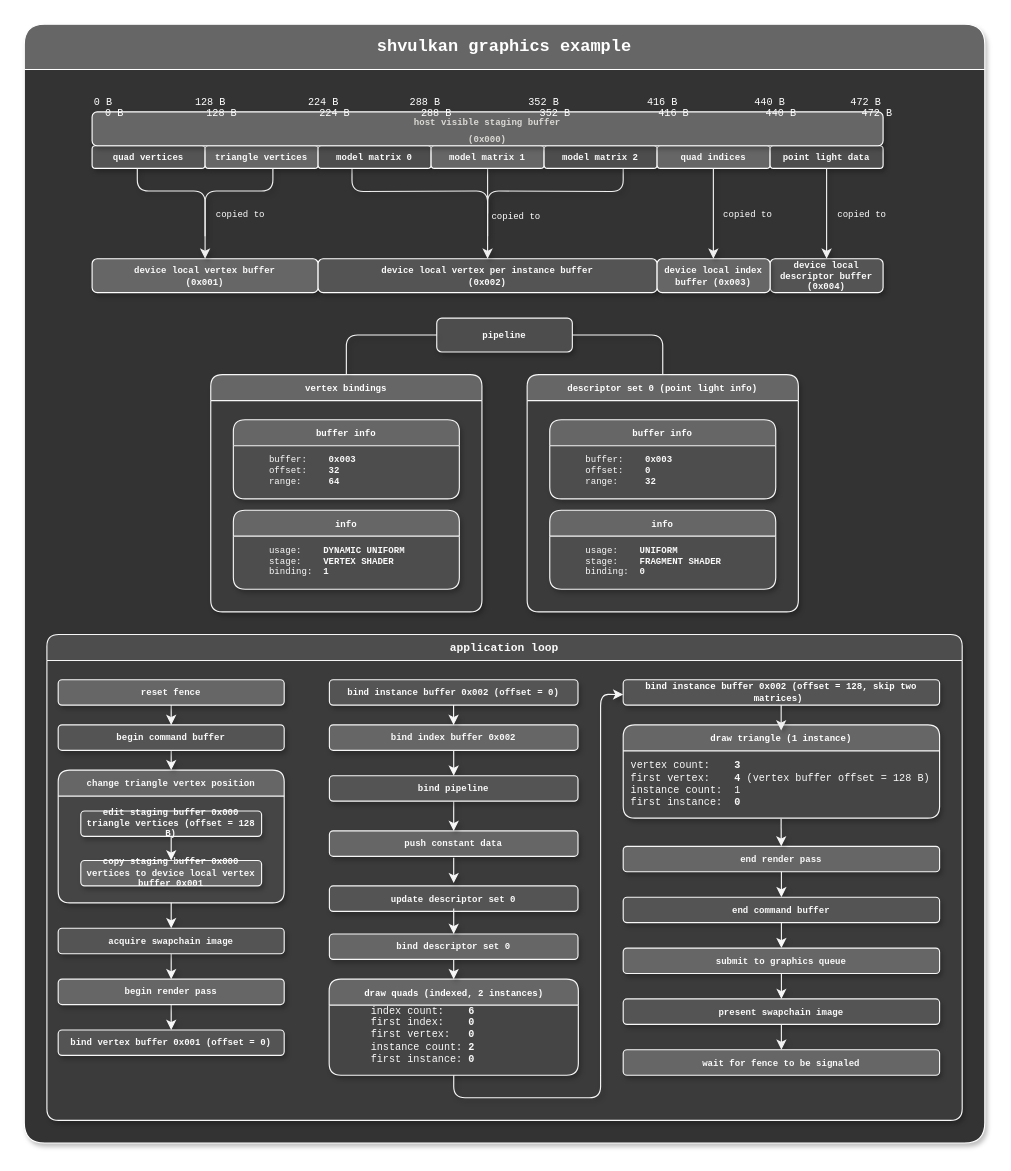
This is examples/diagrams/shvulkan graphics.drawio from MrSinho/shvulkan, a draw.io file, before an edit. Source tidied: cells renumbered, new cells numbered last; positions are measured from the earlier drawing's top-left corner, leaving out a move shared by most shapes. Both pictures are drawn from the tidied source at 113%, with x=0, y=0 at pixel (24, 24).
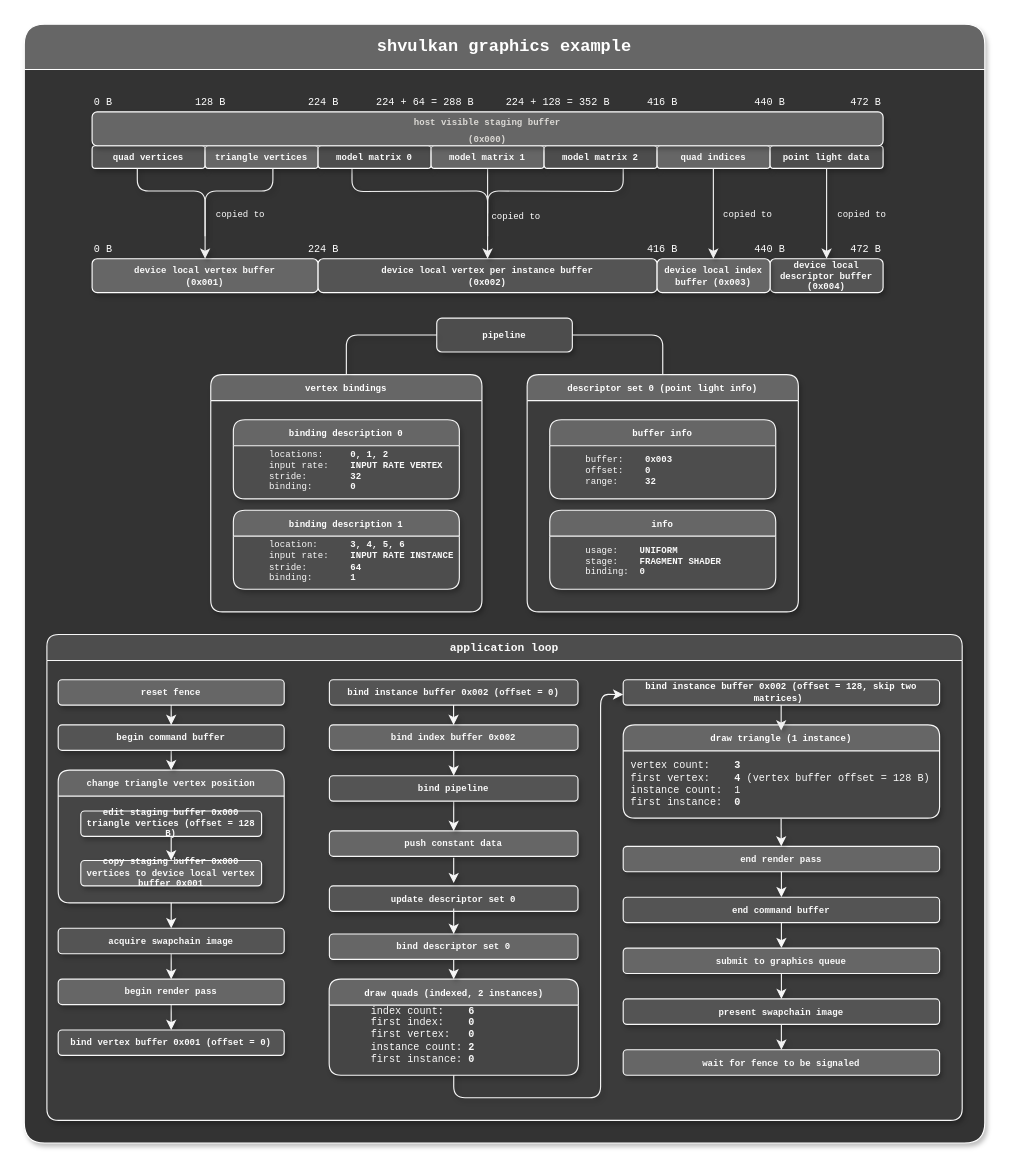
The same page after the edit.

Unchanged cells that the change refers to:
```xml
<mxCell id="2" value="&lt;font face=&quot;consolas&quot; style=&quot;font-size: 15px;&quot;&gt;shvulkan graphics example&lt;/font&gt;" style="swimlane;html=1;fontSize=12;startSize=40;labelBackgroundColor=none;whiteSpace=wrap;fontColor=#FFFFFF;fillColor=#666666;strokeColor=#FFFFFF;strokeWidth=1;rounded=1;swimlaneFillColor=#333333;shadow=1;" parent="1" vertex="1">
  <mxGeometry width="850" height="990" as="geometry" />
</mxCell>
<mxCell id="35" value="vertex bindings" style="swimlane;whiteSpace=wrap;html=1;fontSize=8;fontFamily=consolas;fillColor=#666666;fontColor=#FFFFFF;strokeColor=#F7F7F7;rounded=1;swimlaneFillColor=#3B3B3B;shadow=1;labelBackgroundColor=none;" parent="2" vertex="1">
  <mxGeometry x="165" y="310" width="240" height="210" as="geometry" />
</mxCell>
```

What changed in the source:
```diff
@@
-    <mxCell id="36" value="buffer info" style="swimlane;whiteSpace=wrap;html=1;fontSize=8;fontFamily=consolas;fillColor=#666666;strokeColor=#F7F7F7;fontColor=#FFFFFF;rounded=1;swimlaneFillColor=#4D4D4D;shadow=1;labelBackgroundColor=none;" parent="35" vertex="1">
+    <mxCell id="36" value="binding description 0" style="swimlane;whiteSpace=wrap;html=1;fontSize=8;fontFamily=consolas;fillColor=#666666;strokeColor=#F7F7F7;fontColor=#FFFFFF;rounded=1;swimlaneFillColor=#4D4D4D;shadow=1;labelBackgroundColor=none;" parent="35" vertex="1">
       <mxGeometry x="20" y="40" width="200" height="70" as="geometry" />
     </mxCell>
-    <mxCell id="37" value="buffer:&amp;nbsp; &amp;nbsp;&amp;nbsp;&lt;b style=&quot;font-size: 8px;&quot;&gt;0x003&lt;/b&gt;&lt;br style=&quot;font-size: 8px;&quot;&gt;offset:&amp;nbsp; &amp;nbsp; &lt;b style=&quot;font-size: 8px;&quot;&gt;32&lt;br style=&quot;font-size: 8px;&quot;&gt;&lt;/b&gt;range:&amp;nbsp; &amp;nbsp; &amp;nbsp;&lt;b style=&quot;font-size: 8px;&quot;&gt;64&lt;/b&gt;" style="text;html=1;align=left;verticalAlign=middle;strokeColor=none;fillColor=none;fontSize=8;fontFamily=consolas;fontColor=#FAFAFA;labelBackgroundColor=none;shadow=1;" parent="36" vertex="1">
-      <mxGeometry x="30" y="25" width="90" height="40" as="geometry" />
+    <mxCell id="37" value="locations:&amp;nbsp; &amp;nbsp; &amp;nbsp;&lt;b&gt;0, 1, 2&lt;/b&gt;&lt;br&gt;input rate:&amp;nbsp; &amp;nbsp; &lt;b&gt;INPUT RATE VERTEX&lt;/b&gt;&lt;br style=&quot;font-size: 8px;&quot;&gt;&lt;span style=&quot;font-size: 8px;&quot;&gt;stride:&amp;nbsp; &amp;nbsp; &amp;nbsp; &amp;nbsp; &lt;/span&gt;&lt;span style=&quot;font-size: 8px;&quot;&gt;&lt;b&gt;32&lt;/b&gt;&lt;br&gt;binding:&amp;nbsp; &amp;nbsp; &amp;nbsp; &amp;nbsp;&lt;b&gt;0&lt;/b&gt;&lt;br&gt;&lt;/span&gt;" style="text;html=1;align=left;verticalAlign=middle;strokeColor=none;fillColor=none;fontSize=8;fontFamily=consolas;fontColor=#FAFAFA;labelBackgroundColor=none;shadow=1;" parent="36" vertex="1">
+      <mxGeometry x="30" y="20" width="160" height="50" as="geometry" />
     </mxCell>
-    <mxCell id="38" value="info" style="swimlane;whiteSpace=wrap;html=1;fontSize=8;fontFamily=consolas;fillColor=#666666;strokeColor=#F7F7F7;fontColor=#FFFFFF;rounded=1;swimlaneFillColor=#4D4D4D;shadow=1;labelBackgroundColor=none;" parent="35" vertex="1">
+    <mxCell id="38" value="binding description 1" style="swimlane;whiteSpace=wrap;html=1;fontSize=8;fontFamily=consolas;fillColor=#666666;strokeColor=#F7F7F7;fontColor=#FFFFFF;rounded=1;swimlaneFillColor=#4D4D4D;shadow=1;labelBackgroundColor=none;" parent="35" vertex="1">
       <mxGeometry x="20" y="120" width="200" height="70" as="geometry" />
     </mxCell>
-    <mxCell id="39" value="usage:&amp;nbsp; &amp;nbsp;&amp;nbsp;&lt;b style=&quot;font-size: 8px;&quot;&gt;DYNAMIC UNIFORM&lt;/b&gt;&lt;br style=&quot;font-size: 8px;&quot;&gt;stage:&amp;nbsp; &amp;nbsp; &lt;b style=&quot;font-size: 8px;&quot;&gt;VERTEX SHADER&lt;/b&gt;&lt;br style=&quot;font-size: 8px;&quot;&gt;binding:&amp;nbsp; &lt;b style=&quot;font-size: 8px;&quot;&gt;1&lt;/b&gt;" style="text;html=1;align=left;verticalAlign=middle;strokeColor=none;fillColor=none;fontSize=8;fontFamily=consolas;fontColor=#FAFAFA;labelBackgroundColor=none;shadow=1;" parent="38" vertex="1">
-      <mxGeometry x="30" y="25" width="130" height="40" as="geometry" />
+    <mxCell id="39" value="location:&amp;nbsp; &amp;nbsp; &amp;nbsp; &lt;b&gt;3, 4, 5, 6&lt;/b&gt;&lt;br&gt;input rate:&amp;nbsp; &amp;nbsp;&amp;nbsp;&lt;b style=&quot;font-size: 8px;&quot;&gt;INPUT RATE INSTANCE&lt;/b&gt;&lt;br style=&quot;font-size: 8px;&quot;&gt;stride:&amp;nbsp; &amp;nbsp; &amp;nbsp; &amp;nbsp;&amp;nbsp;&lt;b style=&quot;font-size: 8px;&quot;&gt;64&lt;/b&gt;&lt;br style=&quot;font-size: 8px;&quot;&gt;binding:&amp;nbsp; &amp;nbsp; &amp;nbsp; &amp;nbsp;&lt;b style=&quot;font-size: 8px;&quot;&gt;1&lt;/b&gt;" style="text;html=1;align=left;verticalAlign=middle;strokeColor=none;fillColor=none;fontSize=8;fontFamily=consolas;fontColor=#FAFAFA;labelBackgroundColor=none;shadow=1;" parent="38" vertex="1">
+      <mxGeometry x="30" y="20" width="170" height="50" as="geometry" />
     </mxCell>
@@
-    <mxCell id="87" value="288 B" style="text;html=1;strokeColor=none;fillColor=none;align=center;verticalAlign=bottom;whiteSpace=wrap;rounded=0;fontFamily=consolas;fontSize=9;fontColor=#FFFFFF;" parent="2" vertex="1">
-      <mxGeometry x="330" y="60" width="50" height="17.5" as="geometry" />
+    <mxCell id="87" value="224 + 64 = 288 B" style="text;html=1;strokeColor=none;fillColor=none;align=center;verticalAlign=bottom;whiteSpace=wrap;rounded=0;fontFamily=consolas;fontSize=9;fontColor=#FFFFFF;" parent="2" vertex="1">
+      <mxGeometry x="305" y="60" width="100" height="17.5" as="geometry" />
     </mxCell>
-    <mxCell id="88" value="352 B" style="text;html=1;strokeColor=none;fillColor=none;align=center;verticalAlign=bottom;whiteSpace=wrap;rounded=0;fontFamily=consolas;fontSize=9;fontColor=#FFFFFF;" parent="2" vertex="1">
-      <mxGeometry x="435" y="60" width="50" height="17.5" as="geometry" />
+    <mxCell id="88" value="224 + 128 = 352 B" style="text;html=1;strokeColor=none;fillColor=none;align=center;verticalAlign=bottom;whiteSpace=wrap;rounded=0;fontFamily=consolas;fontSize=9;fontColor=#FFFFFF;" parent="2" vertex="1">
+      <mxGeometry x="425" y="60" width="95" height="17.5" as="geometry" />
     </mxCell>
@@
-    <mxCell id="90" value="edit staging buffer 0x000 triangle vertices (offset = 128 B)" style="whiteSpace=wrap;html=1;align=center;fontFamily=consolas;fontSize=8;fontStyle=1;fillColor=#545454;fontColor=#FAFAFA;strokeColor=#F7F7F7;rounded=1;shadow=1;labelBackgroundColor=none;" parent="1" vertex="1">
-      <mxGeometry x="50" y="696.2" width="160" height="22.5" as="geometry" />
-    </mxCell>
-    <mxCell id="91" value="copy staging buffer 0x000 vertices to device local vertex buffer 0x001" style="whiteSpace=wrap;html=1;align=center;fontFamily=consolas;fontSize=8;fontStyle=1;fillColor=#666666;fontColor=#FAFAFA;strokeColor=#F7F7F7;rounded=1;shadow=1;labelBackgroundColor=none;" parent="1" vertex="1">
-      <mxGeometry x="50" y="740" width="160" height="22.5" as="geometry" />
-    </mxCell>
-    <mxCell id="92" style="edgeStyle=none;rounded=0;jumpSize=6;jettySize=auto;html=1;exitX=0.5;exitY=1;exitDx=0;exitDy=0;entryX=0.5;entryY=0;entryDx=0;entryDy=0;shadow=1;fontFamily=consolas;fontSize=8;sourcePerimeterSpacing=100;strokeColor=#F7F7F7;fontColor=#FAFAFA;labelBackgroundColor=none;" parent="1" edge="1" source="90">
-      <mxGeometry relative="1" as="geometry">
-        <mxPoint x="130" y="740" as="targetPoint" />
-      </mxGeometry>
-    </mxCell>
-    <mxCell id="93" value="128 B" style="text;html=1;strokeColor=none;fillColor=none;align=center;verticalAlign=bottom;whiteSpace=wrap;rounded=0;fontFamily=consolas;fontSize=9;fontColor=#FFFFFF;" parent="1" vertex="1">
-      <mxGeometry x="150" y="70" width="50" height="17.5" as="geometry" />
-    </mxCell>
-    <mxCell id="94" value="224 B" style="text;html=1;strokeColor=none;fillColor=none;align=center;verticalAlign=bottom;whiteSpace=wrap;rounded=0;fontFamily=consolas;fontSize=9;fontColor=#FFFFFF;" parent="1" vertex="1">
-      <mxGeometry x="250" y="70" width="50" height="17.5" as="geometry" />
+    <mxCell id="94" value="224 B" style="text;html=1;strokeColor=none;fillColor=none;align=center;verticalAlign=bottom;whiteSpace=wrap;rounded=0;fontFamily=consolas;fontSize=9;fontColor=#FFFFFF;" parent="2" vertex="1">
+      <mxGeometry x="240" y="190" width="50" height="17.5" as="geometry" />
     </mxCell>
-    <mxCell id="95" value="0 B" style="text;html=1;strokeColor=none;fillColor=none;align=left;verticalAlign=bottom;whiteSpace=wrap;rounded=0;fontFamily=consolas;fontSize=9;fontColor=#FFFFFF;" parent="1" vertex="1">
-      <mxGeometry x="70" y="70" width="50" height="17.5" as="geometry" />
+    <mxCell id="95" value="0 B" style="text;html=1;strokeColor=none;fillColor=none;align=left;verticalAlign=bottom;whiteSpace=wrap;rounded=0;fontFamily=consolas;fontSize=9;fontColor=#FFFFFF;" parent="2" vertex="1">
+      <mxGeometry x="60" y="190" width="50" height="17.5" as="geometry" />
     </mxCell>
-    <mxCell id="96" value="416 B" style="text;html=1;strokeColor=none;fillColor=none;align=center;verticalAlign=bottom;whiteSpace=wrap;rounded=0;fontFamily=consolas;fontSize=9;fontColor=#FFFFFF;" parent="1" vertex="1">
-      <mxGeometry x="550" y="70" width="50" height="17.5" as="geometry" />
+    <mxCell id="96" value="416 B" style="text;html=1;strokeColor=none;fillColor=none;align=center;verticalAlign=bottom;whiteSpace=wrap;rounded=0;fontFamily=consolas;fontSize=9;fontColor=#FFFFFF;" parent="2" vertex="1">
+      <mxGeometry x="540" y="190" width="50" height="17.5" as="geometry" />
     </mxCell>
-    <mxCell id="97" value="440 B" style="text;html=1;strokeColor=none;fillColor=none;align=center;verticalAlign=bottom;whiteSpace=wrap;rounded=0;fontFamily=consolas;fontSize=9;fontColor=#FFFFFF;" parent="1" vertex="1">
-      <mxGeometry x="645" y="70" width="50" height="17.5" as="geometry" />
+    <mxCell id="97" value="440 B" style="text;html=1;strokeColor=none;fillColor=none;align=center;verticalAlign=bottom;whiteSpace=wrap;rounded=0;fontFamily=consolas;fontSize=9;fontColor=#FFFFFF;" parent="2" vertex="1">
+      <mxGeometry x="635" y="190" width="50" height="17.5" as="geometry" />
     </mxCell>
-    <mxCell id="98" value="472 B" style="text;html=1;strokeColor=none;fillColor=none;align=center;verticalAlign=bottom;whiteSpace=wrap;rounded=0;fontFamily=consolas;fontSize=9;fontColor=#FFFFFF;" parent="1" vertex="1">
-      <mxGeometry x="730" y="70" width="50" height="17.5" as="geometry" />
+    <mxCell id="98" value="472 B" style="text;html=1;strokeColor=none;fillColor=none;align=center;verticalAlign=bottom;whiteSpace=wrap;rounded=0;fontFamily=consolas;fontSize=9;fontColor=#FFFFFF;" parent="2" vertex="1">
+      <mxGeometry x="720" y="190" width="50" height="17.5" as="geometry" />
     </mxCell>
-    <mxCell id="99" value="288 B" style="text;html=1;strokeColor=none;fillColor=none;align=center;verticalAlign=bottom;whiteSpace=wrap;rounded=0;fontFamily=consolas;fontSize=9;fontColor=#FFFFFF;" parent="1" vertex="1">
-      <mxGeometry x="340" y="70" width="50" height="17.5" as="geometry" />
-    </mxCell>
-    <mxCell id="100" value="352 B" style="text;html=1;strokeColor=none;fillColor=none;align=center;verticalAlign=bottom;whiteSpace=wrap;rounded=0;fontFamily=consolas;fontSize=9;fontColor=#FFFFFF;" parent="1" vertex="1">
-      <mxGeometry x="445" y="70" width="50" height="17.5" as="geometry" />
-    </mxCell>
+    <mxCell id="90" value="edit staging buffer 0x000 triangle vertices (offset = 128 B)" style="whiteSpace=wrap;html=1;align=center;fontFamily=consolas;fontSize=8;fontStyle=1;fillColor=#545454;fontColor=#FAFAFA;strokeColor=#F7F7F7;rounded=1;shadow=1;labelBackgroundColor=none;" parent="1" vertex="1">
+      <mxGeometry x="50" y="696.2" width="160" height="22.5" as="geometry" />
+    </mxCell>
+    <mxCell id="91" value="copy staging buffer 0x000 vertices to device local vertex buffer 0x001" style="whiteSpace=wrap;html=1;align=center;fontFamily=consolas;fontSize=8;fontStyle=1;fillColor=#666666;fontColor=#FAFAFA;strokeColor=#F7F7F7;rounded=1;shadow=1;labelBackgroundColor=none;" parent="1" vertex="1">
+      <mxGeometry x="50" y="740" width="160" height="22.5" as="geometry" />
+    </mxCell>
+    <mxCell id="92" style="edgeStyle=none;rounded=0;jumpSize=6;jettySize=auto;html=1;exitX=0.5;exitY=1;exitDx=0;exitDy=0;entryX=0.5;entryY=0;entryDx=0;entryDy=0;shadow=1;fontFamily=consolas;fontSize=8;sourcePerimeterSpacing=100;strokeColor=#F7F7F7;fontColor=#FAFAFA;labelBackgroundColor=none;" parent="1" edge="1" source="90">
+      <mxGeometry relative="1" as="geometry">
+        <mxPoint x="130" y="740" as="targetPoint" />
+      </mxGeometry>
+    </mxCell>
```
